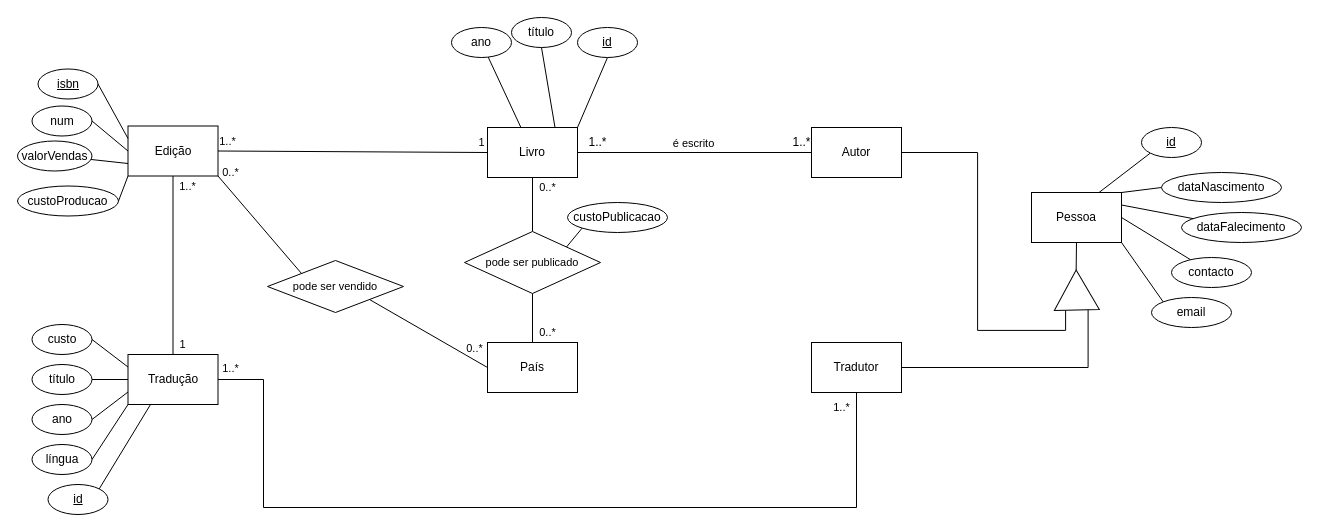
Earlier version of the draw.io diagram Trabalho.drawio (jbbernardo7/Databases). Source tidied: cells renumbered, new cells numbered last; positions are measured from the earlier drawing's top-left corner, leaving out a move shared by most shapes. Both pictures are drawn from the tidied source at 100%, with x=0, y=0 at pixel (17, 17).
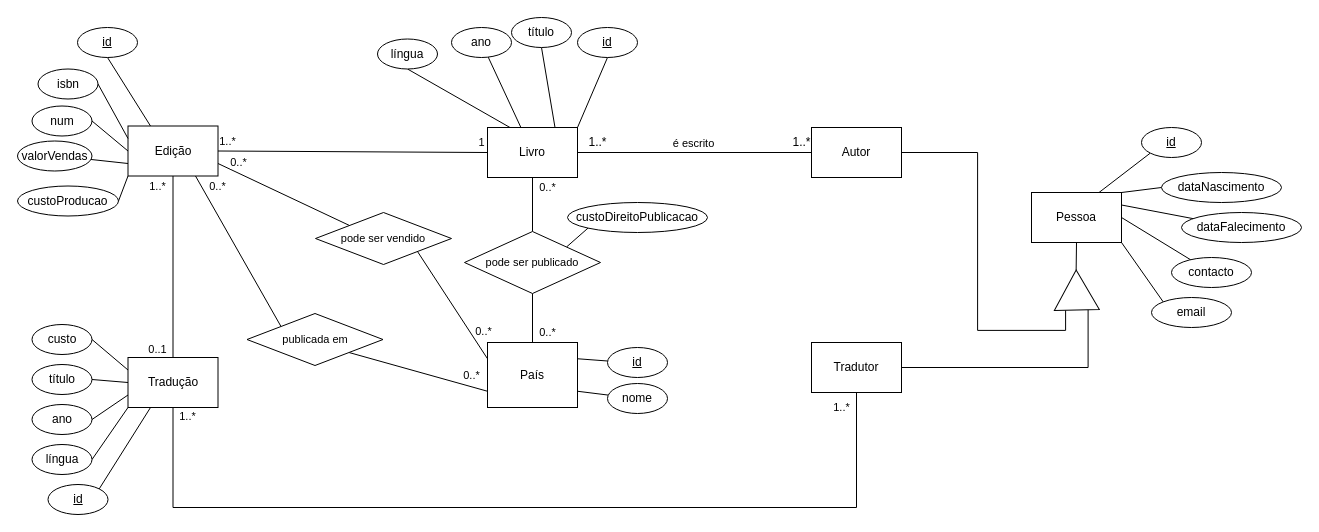
The same diagram, later.

Unchanged cells that the change refers to:
```xml
<mxCell id="5" value="Livro" style="rounded=0;whiteSpace=wrap;html=1;" parent="1" vertex="1">
  <mxGeometry x="470" y="110" width="90" height="50" as="geometry" />
</mxCell>
<mxCell id="26" value="Edição" style="rounded=0;whiteSpace=wrap;html=1;" parent="1" vertex="1">
  <mxGeometry x="110.5" y="108.5" width="90" height="50" as="geometry" />
</mxCell>
<mxCell id="31" value="Tradutor" style="rounded=0;whiteSpace=wrap;html=1;" parent="1" vertex="1">
  <mxGeometry x="794" y="325" width="90" height="50" as="geometry" />
</mxCell>
```

Change to the diagram source:
```diff
@@
-    <mxCell id="16" value="custoPublicacao" style="ellipse;whiteSpace=wrap;html=1;" parent="1" vertex="1">
-      <mxGeometry x="550" y="185" width="100" height="30" as="geometry" />
+    <mxCell id="16" value="custoDireitoPublicacao" style="ellipse;whiteSpace=wrap;html=1;" parent="1" vertex="1">
+      <mxGeometry x="550" y="185" width="140" height="30" as="geometry" />
     </mxCell>
     <mxCell id="17" value="País" style="rounded=0;whiteSpace=wrap;html=1;" parent="1" vertex="1">
-      <mxGeometry x="470" y="325" width="90" height="50" as="geometry" />
+      <mxGeometry x="470" y="325" width="90" height="65" as="geometry" />
     </mxCell>
@@
-    <mxCell id="25" style="edgeStyle=none;rounded=0;jettySize=auto;html=1;exitX=1;exitY=1;exitDx=0;exitDy=0;entryX=0;entryY=0;entryDx=0;entryDy=0;strokeColor=default;align=center;verticalAlign=middle;fontFamily=Helvetica;fontSize=11;fontColor=default;labelBackgroundColor=default;endArrow=none;endFill=0;" parent="1" edge="1" source="26" target="71">
+    <mxCell id="25" style="edgeStyle=none;rounded=0;jettySize=auto;html=1;exitX=1;exitY=0.75;exitDx=0;exitDy=0;entryX=0;entryY=0;entryDx=0;entryDy=0;strokeColor=default;align=center;verticalAlign=middle;fontFamily=Helvetica;fontSize=11;fontColor=default;labelBackgroundColor=default;endArrow=none;endFill=0;" parent="1" edge="1" source="26" target="71">
       <mxGeometry relative="1" as="geometry" />
     </mxCell>
+    <mxCell id="73" style="edgeStyle=none;rounded=0;jettySize=auto;html=1;exitX=0.75;exitY=1;exitDx=0;exitDy=0;entryX=0;entryY=0;entryDx=0;entryDy=0;strokeColor=default;align=center;verticalAlign=middle;fontFamily=Helvetica;fontSize=11;fontColor=default;labelBackgroundColor=default;endArrow=none;endFill=0;" parent="1" edge="1" source="26" target="83">
+      <mxGeometry relative="1" as="geometry" />
+    </mxCell>
@@
-    <mxCell id="29" style="edgeStyle=orthogonalEdgeStyle;rounded=0;jettySize=auto;html=1;entryX=0.5;entryY=1;entryDx=0;entryDy=0;strokeColor=default;align=center;verticalAlign=middle;fontFamily=Helvetica;fontSize=11;fontColor=default;labelBackgroundColor=default;endArrow=none;endFill=0;" parent="1" edge="1" source="30" target="31">
+    <mxCell id="29" style="edgeStyle=orthogonalEdgeStyle;rounded=0;jettySize=auto;html=1;entryX=0.5;entryY=1;entryDx=0;entryDy=0;strokeColor=default;align=center;verticalAlign=middle;fontFamily=Helvetica;fontSize=11;fontColor=default;labelBackgroundColor=default;endArrow=none;endFill=0;exitX=0.5;exitY=1;exitDx=0;exitDy=0;" parent="1" edge="1" source="30" target="31">
       <mxGeometry relative="1" as="geometry">
         <Array as="points">
-          <mxPoint x="246" y="490" />
+          <mxPoint x="156" y="490" />
           <mxPoint x="839" y="490" />
         </Array>
       </mxGeometry>
     </mxCell>
     <mxCell id="30" value="Tradução" style="rounded=0;whiteSpace=wrap;html=1;" parent="1" vertex="1">
-      <mxGeometry x="110.5" y="337" width="90" height="50" as="geometry" />
+      <mxGeometry x="110.5" y="340" width="90" height="50" as="geometry" />
     </mxCell>
@@
-    <mxCell id="35" value="isbn" style="ellipse;whiteSpace=wrap;html=1;fontStyle=4;" parent="1" vertex="1">
+    <mxCell id="35" value="isbn" style="ellipse;whiteSpace=wrap;html=1;fontStyle=0;" parent="1" vertex="1">
       <mxGeometry x="20.5" y="51.5" width="60" height="30" as="geometry" />
     </mxCell>
@@
-    <mxCell id="44" value="1" style="text;html=1;align=center;verticalAlign=middle;strokeColor=none;fillColor=none;fontFamily=Helvetica;fontSize=11;fontColor=default;labelBackgroundColor=default;" parent="1" vertex="1">
-      <mxGeometry x="149.5" y="312" width="30" height="30" as="geometry" />
+    <mxCell id="44" value="0..1" style="text;html=1;align=center;verticalAlign=middle;strokeColor=none;fillColor=none;fontFamily=Helvetica;fontSize=11;fontColor=default;labelBackgroundColor=default;" parent="1" vertex="1">
+      <mxGeometry x="120" y="317" width="40" height="30" as="geometry" />
     </mxCell>
     <mxCell id="45" value="1..*" style="text;html=1;align=center;verticalAlign=middle;strokeColor=none;fillColor=none;fontFamily=Helvetica;fontSize=11;fontColor=default;labelBackgroundColor=default;" parent="1" vertex="1">
-      <mxGeometry x="149.5" y="153.5" width="40" height="30" as="geometry" />
+      <mxGeometry x="120" y="153.5" width="40" height="30" as="geometry" />
     </mxCell>
@@
     <mxCell id="68" value="1..*" style="text;html=1;align=center;verticalAlign=middle;strokeColor=none;fillColor=none;fontFamily=Helvetica;fontSize=11;fontColor=default;labelBackgroundColor=default;" parent="1" vertex="1">
-      <mxGeometry x="192.5" y="336" width="40" height="30" as="geometry" />
+      <mxGeometry x="149.5" y="384" width="40" height="30" as="geometry" />
     </mxCell>
-    <mxCell id="69" style="edgeStyle=none;rounded=0;jettySize=auto;html=1;exitX=1;exitY=1;exitDx=0;exitDy=0;strokeColor=default;align=center;verticalAlign=middle;fontFamily=Helvetica;fontSize=11;fontColor=default;labelBackgroundColor=default;endArrow=none;endFill=0;" parent="1" edge="1" source="71">
-      <mxGeometry relative="1" as="geometry">
-        <mxPoint x="470" y="350" as="targetPoint" />
-      </mxGeometry>
+    <mxCell id="69" style="edgeStyle=none;rounded=0;jettySize=auto;html=1;exitX=1;exitY=1;exitDx=0;exitDy=0;strokeColor=default;align=center;verticalAlign=middle;fontFamily=Helvetica;fontSize=11;fontColor=default;labelBackgroundColor=default;endArrow=none;endFill=0;entryX=0;entryY=0.25;entryDx=0;entryDy=0;" parent="1" edge="1" source="71" target="17">
+      <mxGeometry relative="1" as="geometry" />
     </mxCell>
     <mxCell id="70" value="0..*" style="edgeLabel;html=1;align=center;verticalAlign=middle;fontFamily=Helvetica;fontSize=11;fontColor=default;labelBackgroundColor=default;" parent="69" vertex="1">
       <mxGeometry x="0.78" relative="1" as="geometry">
-        <mxPoint y="-12" as="offset" />
+        <mxPoint x="3" y="-16" as="offset" />
       </mxGeometry>
     </mxCell>
     <mxCell id="71" value="&lt;span style=&quot;text-wrap: nowrap;&quot;&gt;pode ser vendido&lt;/span&gt;" style="rhombus;whiteSpace=wrap;html=1;fontFamily=Helvetica;fontSize=11;fontColor=default;labelBackgroundColor=default;" parent="1" vertex="1">
-      <mxGeometry x="250" y="243" width="136" height="52" as="geometry" />
+      <mxGeometry x="298" y="195" width="136" height="52" as="geometry" />
     </mxCell>
     <mxCell id="72" value="0..*" style="text;html=1;align=center;verticalAlign=middle;strokeColor=none;fillColor=none;fontFamily=Helvetica;fontSize=11;fontColor=default;labelBackgroundColor=default;" parent="1" vertex="1">
-      <mxGeometry x="192.5" y="140" width="40" height="30" as="geometry" />
+      <mxGeometry x="200.5" y="130" width="40" height="30" as="geometry" />
     </mxCell>
+    <mxCell id="74" style="edgeStyle=none;rounded=0;jettySize=auto;html=1;exitX=0.5;exitY=1;exitDx=0;exitDy=0;entryX=0.25;entryY=0;entryDx=0;entryDy=0;strokeColor=default;align=center;verticalAlign=middle;fontFamily=Helvetica;fontSize=11;fontColor=default;labelBackgroundColor=default;endArrow=none;endFill=0;" parent="1" edge="1" source="75" target="5">
+      <mxGeometry relative="1" as="geometry" />
+    </mxCell>
+    <mxCell id="75" value="língua" style="ellipse;whiteSpace=wrap;html=1;" parent="1" vertex="1">
+      <mxGeometry x="360" y="21.5" width="60" height="30" as="geometry" />
+    </mxCell>
+    <mxCell id="76" style="edgeStyle=none;rounded=0;jettySize=auto;html=1;entryX=1;entryY=0.25;entryDx=0;entryDy=0;strokeColor=default;align=center;verticalAlign=middle;fontFamily=Helvetica;fontSize=11;fontColor=default;labelBackgroundColor=default;endArrow=none;endFill=0;" parent="1" edge="1" source="77" target="17">
+      <mxGeometry relative="1" as="geometry" />
+    </mxCell>
+    <mxCell id="77" value="id" style="ellipse;whiteSpace=wrap;html=1;fontStyle=4;" parent="1" vertex="1">
+      <mxGeometry x="590" y="330" width="60" height="30" as="geometry" />
+    </mxCell>
+    <mxCell id="78" style="edgeStyle=none;rounded=0;jettySize=auto;html=1;entryX=1;entryY=0.75;entryDx=0;entryDy=0;strokeColor=default;align=center;verticalAlign=middle;fontFamily=Helvetica;fontSize=11;fontColor=default;labelBackgroundColor=default;endArrow=none;endFill=0;" parent="1" edge="1" source="79" target="17">
+      <mxGeometry relative="1" as="geometry" />
+    </mxCell>
+    <mxCell id="79" value="nome" style="ellipse;whiteSpace=wrap;html=1;" parent="1" vertex="1">
+      <mxGeometry x="590" y="366" width="60" height="30" as="geometry" />
+    </mxCell>
+    <mxCell id="80" style="edgeStyle=none;rounded=0;jettySize=auto;html=1;exitX=0.5;exitY=1;exitDx=0;exitDy=0;entryX=0.25;entryY=0;entryDx=0;entryDy=0;strokeColor=default;align=center;verticalAlign=middle;fontFamily=Helvetica;fontSize=11;fontColor=default;labelBackgroundColor=default;endArrow=none;endFill=0;" parent="1" edge="1" source="81" target="26">
+      <mxGeometry relative="1" as="geometry" />
+    </mxCell>
+    <mxCell id="81" value="id" style="ellipse;whiteSpace=wrap;html=1;fontStyle=4;" parent="1" vertex="1">
+      <mxGeometry x="60" y="10" width="60" height="30" as="geometry" />
+    </mxCell>
+    <mxCell id="82" style="edgeStyle=none;rounded=0;jettySize=auto;html=1;exitX=1;exitY=1;exitDx=0;exitDy=0;entryX=0;entryY=0.75;entryDx=0;entryDy=0;strokeColor=default;align=center;verticalAlign=middle;fontFamily=Helvetica;fontSize=11;fontColor=default;labelBackgroundColor=default;endArrow=none;endFill=0;" parent="1" edge="1" source="83" target="17">
+      <mxGeometry relative="1" as="geometry" />
+    </mxCell>
+    <mxCell id="83" value="&lt;span style=&quot;text-wrap: nowrap;&quot;&gt;publicada em&lt;/span&gt;" style="rhombus;whiteSpace=wrap;html=1;fontFamily=Helvetica;fontSize=11;fontColor=default;labelBackgroundColor=default;" parent="1" vertex="1">
+      <mxGeometry x="229.5" y="296" width="136" height="52" as="geometry" />
+    </mxCell>
+    <mxCell id="84" value="0..*" style="text;html=1;align=center;verticalAlign=middle;strokeColor=none;fillColor=none;fontFamily=Helvetica;fontSize=11;fontColor=default;labelBackgroundColor=default;" parent="1" vertex="1">
+      <mxGeometry x="180" y="153.5" width="40" height="30" as="geometry" />
+    </mxCell>
+    <mxCell id="85" value="0..*" style="text;html=1;align=center;verticalAlign=middle;strokeColor=none;fillColor=none;fontFamily=Helvetica;fontSize=11;fontColor=default;labelBackgroundColor=default;" parent="1" vertex="1">
+      <mxGeometry x="434" y="342.5" width="40" height="30" as="geometry" />
+    </mxCell>
```
